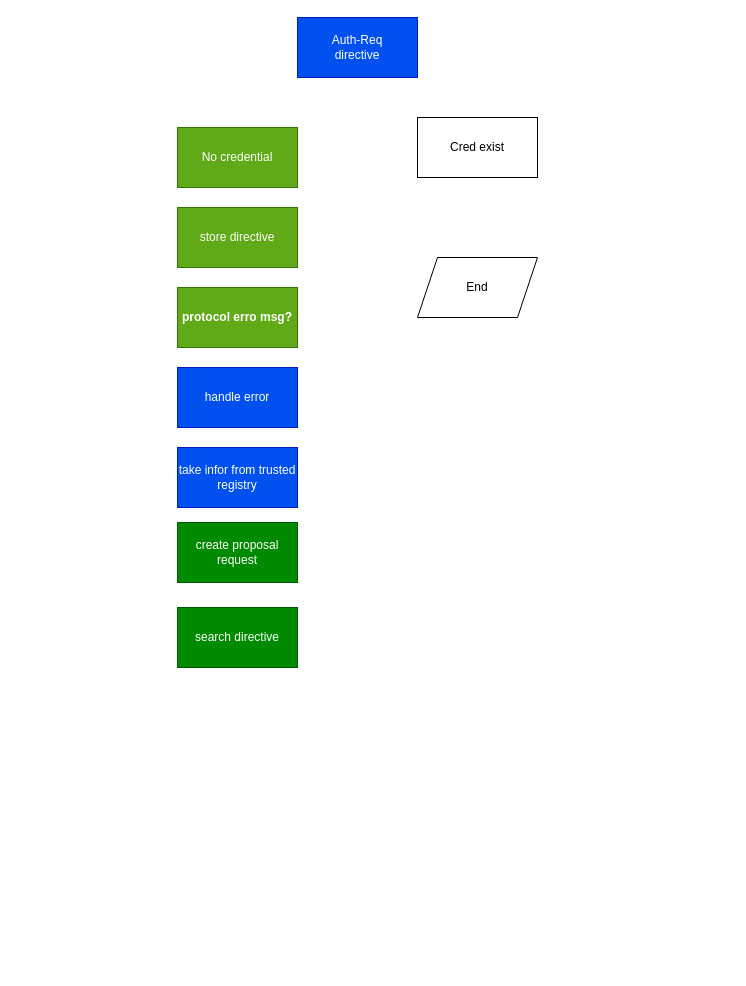
Earlier version of the draw.io diagram flow.drawio (0xPolygonID/js-sdk). Source tidied: cells renumbered, new cells numbered last; positions are measured from the earlier drawing's top-left corner, leaving out a move shared by most shapes. Both pictures are drawn from the tidied source at 100%, with x=0, y=0 at pixel (177, 17).
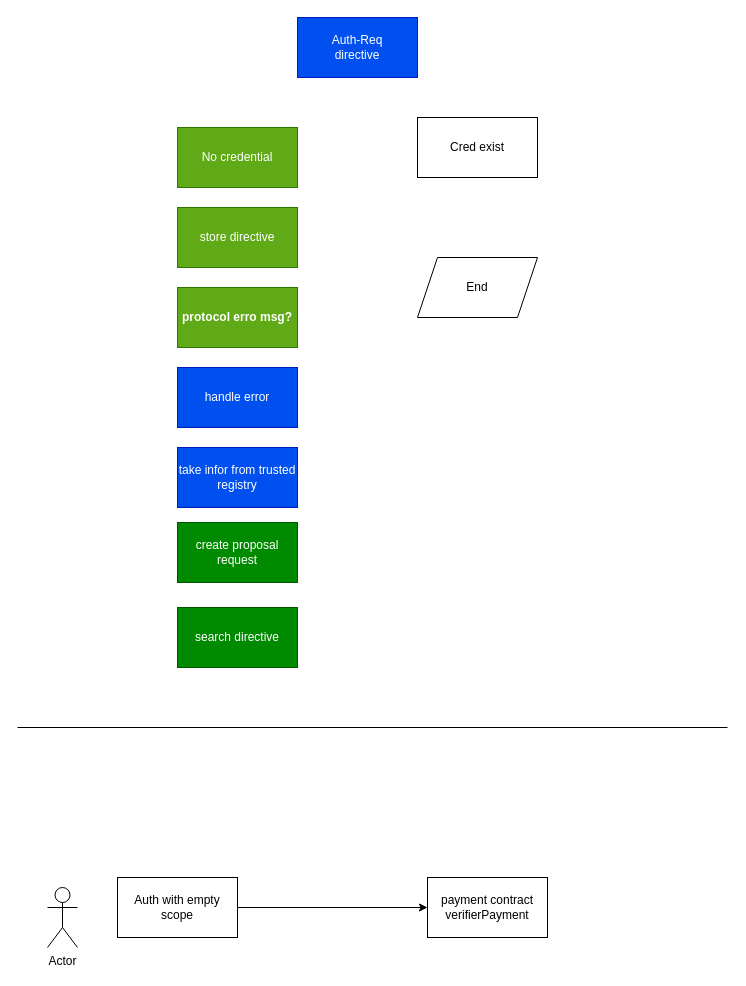
The same page after the edit.

Commit message (it also covers changes not shown here):
FIxes with working flow

Diff of the diagram source:
```diff
@@
 <mxGraphModel>
   <root>
     <mxCell id="0" />
     <mxCell id="1" parent="0" />
     <mxCell id="2" value="Auth-Req&lt;br&gt;directive" style="rounded=0;whiteSpace=wrap;html=1;fillColor=#0050ef;strokeColor=#001DBC;fontColor=#ffffff;" parent="1" vertex="1">
       <mxGeometry x="120" width="120" height="60" as="geometry" />
     </mxCell>
     <mxCell id="3" value="No credential" style="rounded=0;whiteSpace=wrap;html=1;fillColor=#60a917;strokeColor=#2D7600;fontColor=#ffffff;" parent="1" vertex="1">
       <mxGeometry y="110" width="120" height="60" as="geometry" />
     </mxCell>
     <mxCell id="4" value="Cred exist" style="rounded=0;whiteSpace=wrap;html=1;" parent="1" vertex="1">
       <mxGeometry x="240" y="100" width="120" height="60" as="geometry" />
     </mxCell>
     <mxCell id="5" value="End" style="shape=parallelogram;perimeter=parallelogramPerimeter;whiteSpace=wrap;html=1;fixedSize=1;" parent="1" vertex="1">
       <mxGeometry x="240" y="240" width="120" height="60" as="geometry" />
     </mxCell>
     <mxCell id="6" value="store directive" style="rounded=0;whiteSpace=wrap;html=1;fillColor=#60a917;strokeColor=#2D7600;fontColor=#ffffff;" parent="1" vertex="1">
       <mxGeometry y="190" width="120" height="60" as="geometry" />
     </mxCell>
     <mxCell id="7" value="protocol erro msg?" style="rounded=0;whiteSpace=wrap;html=1;fillColor=#60a917;strokeColor=#2D7600;fontStyle=1;fontColor=#ffffff;" parent="1" vertex="1">
       <mxGeometry y="270" width="120" height="60" as="geometry" />
     </mxCell>
     <mxCell id="8" value="take infor from trusted registry" style="rounded=0;whiteSpace=wrap;html=1;fillColor=#0050ef;strokeColor=#001DBC;fontColor=#ffffff;" parent="1" vertex="1">
       <mxGeometry y="430" width="120" height="60" as="geometry" />
     </mxCell>
     <mxCell id="9" value="handle error" style="rounded=0;whiteSpace=wrap;html=1;fillColor=#0050ef;strokeColor=#001DBC;fontColor=#ffffff;" parent="1" vertex="1">
       <mxGeometry y="350" width="120" height="60" as="geometry" />
     </mxCell>
     <mxCell id="10" value="create proposal request" style="rounded=0;whiteSpace=wrap;html=1;fillColor=#008a00;strokeColor=#005700;fontColor=#ffffff;" parent="1" vertex="1">
       <mxGeometry y="505" width="120" height="60" as="geometry" />
     </mxCell>
     <mxCell id="11" value="search directive" style="rounded=0;whiteSpace=wrap;html=1;fillColor=#008a00;strokeColor=#005700;fontColor=#ffffff;" parent="1" vertex="1">
       <mxGeometry y="590" width="120" height="60" as="geometry" />
     </mxCell>
+    <mxCell id="12" style="endArrow=none;html=1;" parent="1" edge="1">
+      <mxGeometry relative="1" as="geometry">
+        <mxPoint x="-160" y="710" as="sourcePoint" />
+        <mxPoint x="550" y="710" as="targetPoint" />
+      </mxGeometry>
+    </mxCell>
+    <mxCell id="13" style="edgeStyle=none;html=1;" parent="1" edge="1" source="14" target="15">
+      <mxGeometry relative="1" as="geometry" />
+    </mxCell>
+    <mxCell id="14" value="Auth with empty scope" style="rounded=0;whiteSpace=wrap;html=1;" parent="1" vertex="1">
+      <mxGeometry x="-60" y="860" width="120" height="60" as="geometry" />
+    </mxCell>
+    <mxCell id="15" value="payment contract&lt;br&gt;verifierPayment" style="rounded=0;whiteSpace=wrap;html=1;" parent="1" vertex="1">
+      <mxGeometry x="250" y="860" width="120" height="60" as="geometry" />
+    </mxCell>
+    <mxCell id="16" value="Actor" style="shape=umlActor;verticalLabelPosition=bottom;verticalAlign=top;html=1;" parent="1" vertex="1">
+      <mxGeometry x="-130" y="870" width="30" height="60" as="geometry" />
+    </mxCell>
   </root>
 </mxGraphModel>
```
